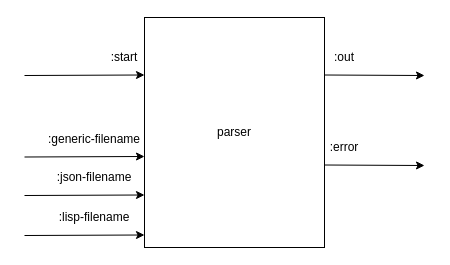
Before: page "back end parser" (1 of 3) of svg/back-end/back-end.drawio in bmfbp/bmfbp, a draw.io diagram. Source tidied: cells renumbered, new cells numbered last; positions are measured from the earlier drawing's top-left corner, leaving out a move shared by most shapes. Both pictures are drawn from the tidied source at 100%, with x=0, y=0 at pixel (24, 17).
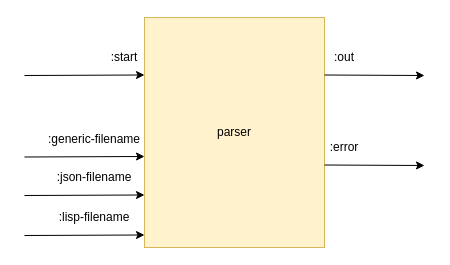
After the change.

What changed in the source:
```diff
@@
-    <mxCell id="2" value="parser" style="rounded=0;whiteSpace=wrap;html=1;" parent="1" vertex="1">
+    <mxCell id="2" value="parser" style="rounded=0;whiteSpace=wrap;html=1;fillColor=#fff2cc;strokeColor=#d6b656;" parent="1" vertex="1">
       <mxGeometry x="120" width="180" height="230" as="geometry" />
     </mxCell>
```
